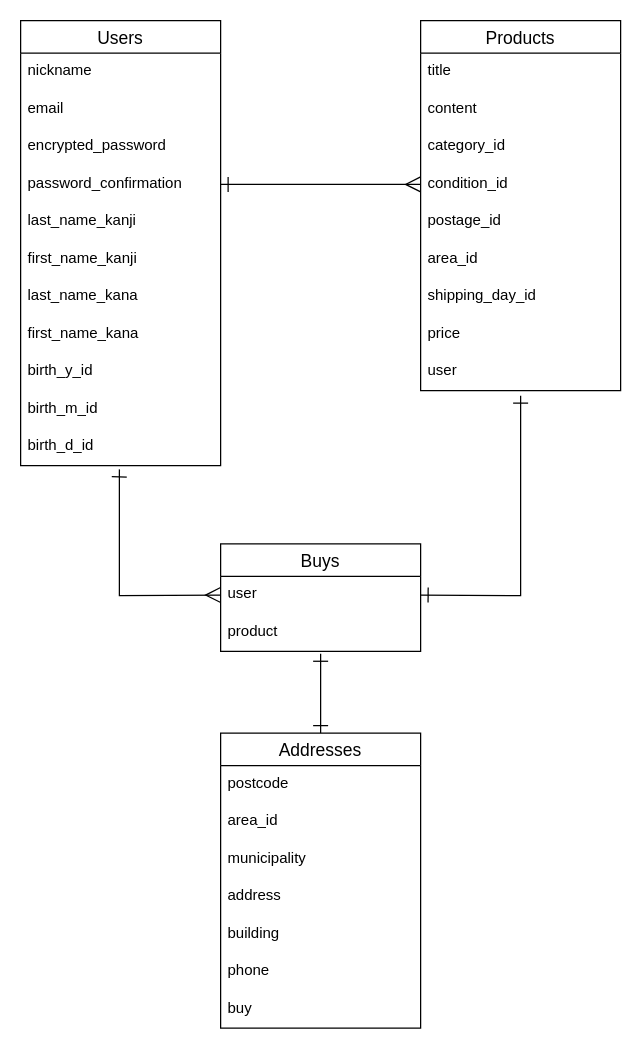
This is ER.dio from miki0221/furima-38086, a draw.io file, before an edit. Source tidied: cells renumbered, new cells numbered last; positions are measured from the earlier drawing's top-left corner, leaving out a move shared by most shapes. Both pictures are drawn from the tidied source at 125%, with x=0, y=0 at pixel (20, 20).
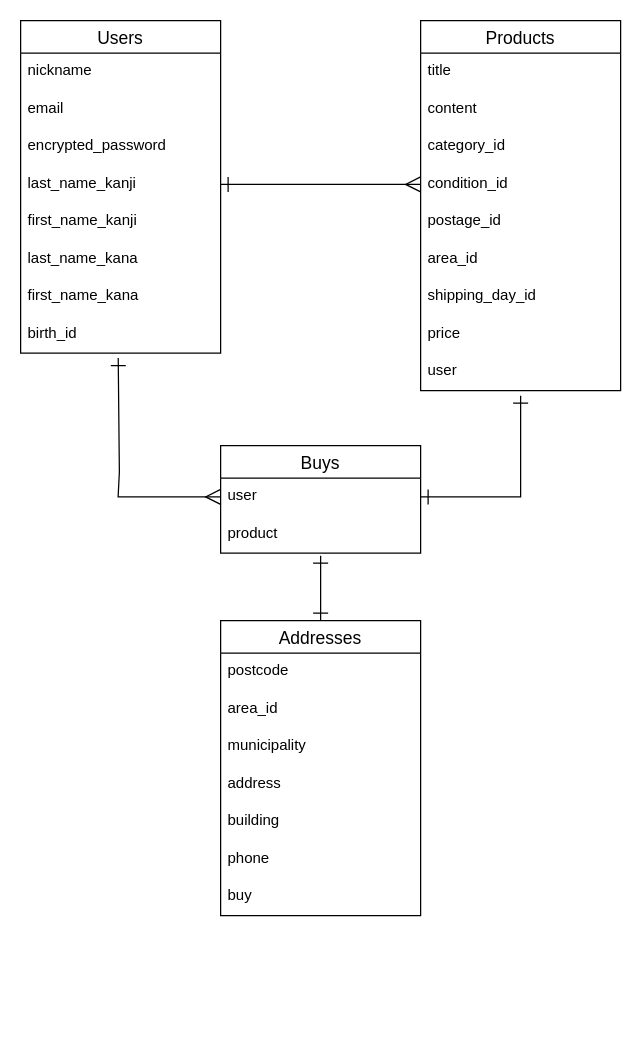
The same page after the edit.

Commit message (it also covers changes not shown here):
カラム、アソシエーションの修正

The change refers to these unchanged cells:
```xml
<mxCell id="18" value="condition_id" style="text;strokeColor=none;fillColor=none;spacingLeft=4;spacingRight=4;overflow=hidden;points=[[0,0.5],[1,0.5]];portConstraint=eastwest;fontSize=12;" parent="14" vertex="1">
  <mxGeometry y="116" width="160" height="30" as="geometry" />
</mxCell>
<mxCell id="26" value="user" style="text;strokeColor=none;fillColor=none;spacingLeft=4;spacingRight=4;overflow=hidden;points=[[0,0.5],[1,0.5]];portConstraint=eastwest;fontSize=12;" parent="25" vertex="1">
  <mxGeometry y="26" width="160" height="30" as="geometry" />
</mxCell>
```

What changed in the source:
```diff
@@
     <mxCell id="2" value="Users" style="swimlane;fontStyle=0;horizontal=1;startSize=26;align=center;fontSize=14;" parent="1" vertex="1">
-      <mxGeometry width="160" height="356" as="geometry" />
+      <mxGeometry width="160" height="266" as="geometry" />
     </mxCell>
@@
-    <mxCell id="6" value="password_confirmation" style="text;strokeColor=none;fillColor=none;spacingLeft=4;spacingRight=4;overflow=hidden;points=[[0,0.5],[1,0.5]];portConstraint=eastwest;fontSize=12;" parent="2" vertex="1">
-      <mxGeometry y="116" width="160" height="30" as="geometry" />
-    </mxCell>
     <mxCell id="7" value="last_name_kanji" style="text;strokeColor=none;fillColor=none;spacingLeft=4;spacingRight=4;overflow=hidden;fontSize=12;" parent="2" vertex="1">
-      <mxGeometry y="146" width="160" height="30" as="geometry" />
+      <mxGeometry y="116" width="160" height="30" as="geometry" />
     </mxCell>
     <mxCell id="8" value="first_name_kanji" style="text;strokeColor=none;fillColor=none;spacingLeft=4;spacingRight=4;overflow=hidden;fontSize=12;" parent="2" vertex="1">
-      <mxGeometry y="176" width="160" height="30" as="geometry" />
+      <mxGeometry y="146" width="160" height="30" as="geometry" />
     </mxCell>
     <mxCell id="9" value="last_name_kana" style="text;strokeColor=none;fillColor=none;spacingLeft=4;spacingRight=4;overflow=hidden;fontSize=12;" parent="2" vertex="1">
-      <mxGeometry y="206" width="160" height="30" as="geometry" />
+      <mxGeometry y="176" width="160" height="30" as="geometry" />
     </mxCell>
     <mxCell id="10" value="first_name_kana" style="text;strokeColor=none;fillColor=none;spacingLeft=4;spacingRight=4;overflow=hidden;fontSize=12;" parent="2" vertex="1">
-      <mxGeometry y="236" width="160" height="30" as="geometry" />
+      <mxGeometry y="206" width="160" height="30" as="geometry" />
     </mxCell>
-    <mxCell id="11" value="birth_y_id" style="text;strokeColor=none;fillColor=none;spacingLeft=4;spacingRight=4;overflow=hidden;points=[[0,0.5],[1,0.5]];portConstraint=eastwest;fontSize=12;" parent="2" vertex="1">
-      <mxGeometry y="266" width="160" height="30" as="geometry" />
+    <mxCell id="11" value="birth_id" style="text;strokeColor=none;fillColor=none;spacingLeft=4;spacingRight=4;overflow=hidden;points=[[0,0.5],[1,0.5]];portConstraint=eastwest;fontSize=12;" parent="2" vertex="1">
+      <mxGeometry y="236" width="160" height="30" as="geometry" />
     </mxCell>
-    <mxCell id="12" value="birth_m_id" style="text;strokeColor=none;fillColor=none;spacingLeft=4;spacingRight=4;overflow=hidden;fontSize=12;" parent="2" vertex="1">
-      <mxGeometry y="296" width="160" height="30" as="geometry" />
-    </mxCell>
-    <mxCell id="13" value="birth_d_id" style="text;strokeColor=none;fillColor=none;spacingLeft=4;spacingRight=4;overflow=hidden;points=[[0,0.5],[1,0.5]];portConstraint=eastwest;fontSize=12;" parent="2" vertex="1">
-      <mxGeometry y="326" width="160" height="30" as="geometry" />
-    </mxCell>
@@
-    <mxCell id="24" style="edgeStyle=none;html=1;exitX=1;exitY=0.5;exitDx=0;exitDy=0;entryX=0;entryY=0.5;entryDx=0;entryDy=0;endArrow=ERmany;endFill=0;startArrow=ERone;startFill=0;endSize=10;startSize=10;" parent="1" edge="1" source="6" target="18">
-      <mxGeometry relative="1" as="geometry" />
+    <mxCell id="24" style="edgeStyle=none;html=1;exitX=1;exitY=0.5;exitDx=0;exitDy=0;entryX=0;entryY=0.5;entryDx=0;entryDy=0;endArrow=ERmany;endFill=0;startArrow=ERone;startFill=0;endSize=10;startSize=10;" parent="1" edge="1" target="18">
+      <mxGeometry relative="1" as="geometry">
+        <mxPoint x="160" y="131" as="sourcePoint" />
+      </mxGeometry>
     </mxCell>
     <mxCell id="25" value="Buys" style="swimlane;fontStyle=0;horizontal=1;startSize=26;align=center;fontSize=14;" parent="1" vertex="1">
-      <mxGeometry x="160" y="418.5" width="160" height="86" as="geometry" />
+      <mxGeometry x="160" y="340" width="160" height="86" as="geometry" />
     </mxCell>
@@
-    <mxCell id="28" style="html=1;exitX=0;exitY=0.5;exitDx=0;exitDy=0;entryX=0.494;entryY=1.1;entryDx=0;entryDy=0;entryPerimeter=0;endArrow=ERone;endFill=0;startArrow=ERmany;startFill=0;rounded=0;endSize=10;startSize=10;" parent="1" edge="1" source="26" target="13">
+    <mxCell id="28" style="html=1;exitX=0;exitY=0.5;exitDx=0;exitDy=0;entryX=0.488;entryY=1.133;entryDx=0;entryDy=0;entryPerimeter=0;endArrow=ERone;endFill=0;startArrow=ERmany;startFill=0;rounded=0;endSize=10;startSize=10;" parent="1" edge="1" source="26" target="11">
       <mxGeometry relative="1" as="geometry">
         <Array as="points">
-          <mxPoint x="79" y="460" />
+          <mxPoint x="78" y="381" />
           <mxPoint x="79" y="361" />
         </Array>
       </mxGeometry>
     </mxCell>
     <mxCell id="29" style="edgeStyle=none;html=1;exitX=1;exitY=0.5;exitDx=0;exitDy=0;startArrow=ERone;startFill=0;endArrow=ERone;endFill=0;rounded=0;endSize=10;startSize=10;" parent="1" edge="1" source="26">
       <mxGeometry relative="1" as="geometry">
         <mxPoint x="400" y="300" as="targetPoint" />
         <Array as="points">
-          <mxPoint x="400" y="460" />
+          <mxPoint x="400" y="381" />
         </Array>
       </mxGeometry>
     </mxCell>
@@
     <mxCell id="32" value="Addresses" style="swimlane;fontStyle=0;horizontal=1;startSize=26;align=center;fontSize=14;" parent="1" vertex="1">
-      <mxGeometry x="160" y="570" width="160" height="236" as="geometry" />
+      <mxGeometry x="160" y="480" width="160" height="236" as="geometry" />
     </mxCell>
```
